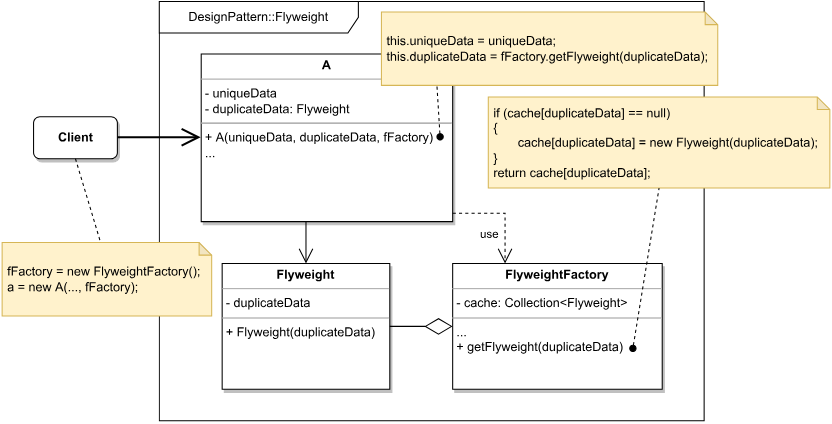
safar-jn/design-patterns keeps this draw.io diagram as Flyweight/Flyweight.svg. Above is the earlier version. Source tidied: cells renumbered, new cells last; positions are measured from the earlier drawing's top-left corner, leaving out a move shared by most shapes. The source it was exported from:
```xml
<mxGraphModel>
  <root>
    <mxCell id="0" />
    <mxCell id="1" parent="0" />
    <mxCell id="2" value="DesignPattern::Flyweight" style="shape=umlFrame;whiteSpace=wrap;html=1;width=190;height=30;" parent="1" vertex="1">
      <mxGeometry x="150" width="520" height="400" as="geometry" />
    </mxCell>
    <mxCell id="3" value="&lt;p style=&quot;margin:0px;margin-top:4px;text-align:center;&quot;&gt;&lt;b&gt;A&lt;/b&gt;&lt;/p&gt;&lt;hr size=&quot;1&quot;&gt;&lt;p style=&quot;margin: 0px 0px 0px 4px;&quot;&gt;- uniqueData&lt;/p&gt;&lt;p style=&quot;margin: 0px 0px 0px 4px;&quot;&gt;- duplicateData: Flyweight&lt;/p&gt;&lt;hr size=&quot;1&quot;&gt;&lt;p style=&quot;margin: 0px 0px 0px 4px;&quot;&gt;+ A(uniqueData, duplicateData, fFactory)&lt;/p&gt;&lt;p style=&quot;margin: 0px 0px 0px 4px;&quot;&gt;...&lt;/p&gt;" style="verticalAlign=top;align=left;overflow=fill;fontSize=12;fontFamily=Helvetica;html=1;glass=0;rounded=0;sketch=0;shadow=1;" parent="1" vertex="1">
      <mxGeometry x="190" y="50" width="240" height="160" as="geometry" />
    </mxCell>
    <mxCell id="4" style="edgeStyle=orthogonalEdgeStyle;curved=1;rounded=0;jettySize=auto;html=1;exitX=1;exitY=0.5;exitDx=0;exitDy=0;entryX=0;entryY=0.5;entryDx=0;entryDy=0;fontSize=12;endArrow=open;startSize=14;endSize=14;shadow=0;sketch=0;strokeWidth=2;" parent="1" edge="1" source="5" target="3">
      <mxGeometry relative="1" as="geometry" />
    </mxCell>
    <mxCell id="5" value="&lt;b&gt;Client&lt;/b&gt;" style="html=1;rounded=1;shadow=1;" parent="1" vertex="1">
      <mxGeometry x="30" y="110" width="80" height="40" as="geometry" />
    </mxCell>
    <mxCell id="6" value="&lt;p style=&quot;margin:0px;margin-top:4px;text-align:center;&quot;&gt;&lt;b&gt;Flyweight&lt;/b&gt;&lt;/p&gt;&lt;hr size=&quot;1&quot;&gt;&lt;p style=&quot;margin: 0px 0px 0px 4px;&quot;&gt;&lt;span style=&quot;background-color: initial;&quot;&gt;- duplicateData&lt;/span&gt;&lt;br&gt;&lt;/p&gt;&lt;hr size=&quot;1&quot;&gt;&lt;p style=&quot;margin: 0px 0px 0px 4px;&quot;&gt;+ Flyweight(duplicateData)&lt;/p&gt;&lt;p style=&quot;margin: 0px 0px 0px 4px;&quot;&gt;&lt;br&gt;&lt;/p&gt;" style="verticalAlign=top;align=left;overflow=fill;fontSize=12;fontFamily=Helvetica;html=1;glass=0;rounded=0;sketch=0;shadow=1;" parent="1" vertex="1">
      <mxGeometry x="210" y="250" width="160" height="120" as="geometry" />
    </mxCell>
    <mxCell id="7" value="&lt;p style=&quot;margin:0px;margin-top:4px;text-align:center;&quot;&gt;&lt;b&gt;FlyweightFactory&lt;/b&gt;&lt;/p&gt;&lt;hr size=&quot;1&quot;&gt;&lt;p style=&quot;margin: 0px 0px 0px 4px;&quot;&gt;&lt;span style=&quot;background-color: initial;&quot;&gt;- cache: Collection&amp;lt;Flyweight&amp;gt;&lt;/span&gt;&lt;br&gt;&lt;/p&gt;&lt;hr size=&quot;1&quot;&gt;&lt;p style=&quot;margin: 0px 0px 0px 4px;&quot;&gt;...&lt;/p&gt;&lt;p style=&quot;margin: 0px 0px 0px 4px;&quot;&gt;+ getFlyweight(duplicateData)&lt;/p&gt;&lt;p style=&quot;margin: 0px 0px 0px 4px;&quot;&gt;&lt;br&gt;&lt;/p&gt;" style="verticalAlign=top;align=left;overflow=fill;fontSize=12;fontFamily=Helvetica;html=1;glass=0;rounded=0;sketch=0;shadow=1;" parent="1" vertex="1">
      <mxGeometry x="430" y="250" width="200" height="120" as="geometry" />
    </mxCell>
    <mxCell id="8" style="endArrow=diamondThin;endFill=0;endSize=24;html=1;rounded=0;entryX=0;entryY=0.5;entryDx=0;entryDy=0;exitX=1;exitY=0.5;exitDx=0;exitDy=0;" parent="1" edge="1" source="6" target="7">
      <mxGeometry relative="1" as="geometry" />
    </mxCell>
    <mxCell id="9" value="use" style="endArrow=open;endSize=12;dashed=1;html=1;rounded=0;exitX=1;exitY=0.95;exitDx=0;exitDy=0;entryX=0.25;entryY=0;entryDx=0;entryDy=0;exitPerimeter=0;" parent="1" edge="1" source="3" target="7">
      <mxGeometry x="-0.29" y="-20" relative="1" as="geometry">
        <Array as="points">
          <mxPoint x="480" y="202" />
        </Array>
      </mxGeometry>
    </mxCell>
    <mxCell id="10" style="endArrow=open;endSize=12;html=1;rounded=0;entryX=0.5;entryY=0;entryDx=0;entryDy=0;" parent="1" edge="1" target="6">
      <mxGeometry y="10" relative="1" as="geometry">
        <mxPoint x="290" y="210" as="sourcePoint" />
      </mxGeometry>
    </mxCell>
    <mxCell id="11" value="&amp;nbsp;this.uniqueData = uniqueData;&lt;br&gt;&amp;nbsp;this.duplicateData = fFactory.getFlyweight(duplicateData);" style="shape=note;whiteSpace=wrap;html=1;backgroundOutline=1;darkOpacity=0.05;rounded=0;fillColor=#fff2cc;strokeColor=#d6b656;size=12;align=left;" parent="1" vertex="1">
      <mxGeometry x="362" y="10" width="321" height="70" as="geometry" />
    </mxCell>
    <mxCell id="12" style="endArrow=none;dashed=1;html=1;rounded=0;startArrow=oval;startFill=1;entryX=0.165;entryY=1;entryDx=0;entryDy=0;entryPerimeter=0;exitX=0.95;exitY=0.494;exitDx=0;exitDy=0;exitPerimeter=0;" parent="1" edge="1" source="3" target="11">
      <mxGeometry relative="1" as="geometry" />
    </mxCell>
    <mxCell id="13" value="&amp;nbsp;if (cache[duplicateData] == null)&lt;br&gt;&amp;nbsp;{&lt;br&gt;&lt;span style=&quot;white-space: pre;&quot;&gt;&#9;&lt;/span&gt;cache[duplicateData] = new Flyweight(duplicateData);&lt;br&gt;&amp;nbsp;}&lt;br&gt;&amp;nbsp;return cache[duplicateData];" style="shape=note;whiteSpace=wrap;html=1;backgroundOutline=1;darkOpacity=0.05;rounded=0;fillColor=#fff2cc;strokeColor=#d6b656;size=12;align=left;" parent="1" vertex="1">
      <mxGeometry x="464" y="91" width="326" height="87" as="geometry" />
    </mxCell>
    <mxCell id="14" style="endArrow=none;dashed=1;html=1;rounded=0;startArrow=oval;startFill=1;entryX=0.5;entryY=1;entryDx=0;entryDy=0;entryPerimeter=0;exitX=0.86;exitY=0.675;exitDx=0;exitDy=0;exitPerimeter=0;" parent="1" edge="1" source="7" target="13">
      <mxGeometry relative="1" as="geometry" />
    </mxCell>
    <mxCell id="15" value="&amp;nbsp;fFactory = new FlyweightFactory();&lt;br&gt;&amp;nbsp;a = new A(..., fFactory);" style="shape=note;whiteSpace=wrap;html=1;backgroundOutline=1;darkOpacity=0.05;rounded=0;fillColor=#fff2cc;strokeColor=#d6b656;size=12;align=left;" parent="1" vertex="1">
      <mxGeometry y="230" width="200" height="70" as="geometry" />
    </mxCell>
    <mxCell id="16" style="endArrow=none;dashed=1;html=1;rounded=0;startArrow=none;startFill=0;entryX=0;entryY=0;entryDx=94;entryDy=0;entryPerimeter=0;exitX=0.5;exitY=1;exitDx=0;exitDy=0;" parent="1" edge="1" source="5" target="15">
      <mxGeometry relative="1" as="geometry" />
    </mxCell>
  </root>
</mxGraphModel>
```
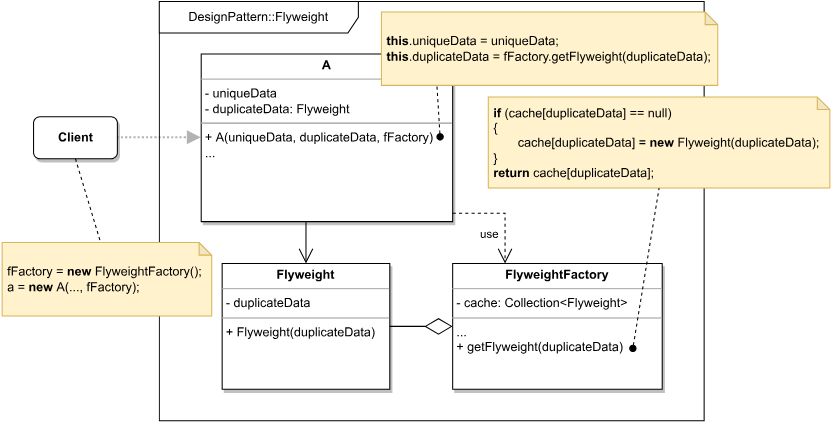
Above is the later version.

Diff of the diagram source:
```diff
@@ -2,15 +2,15 @@
   <root>
     <mxCell id="0" />
     <mxCell id="1" parent="0" />
+    <mxCell id="4" style="edgeStyle=orthogonalEdgeStyle;curved=1;rounded=0;jettySize=auto;html=1;exitX=1;exitY=0.5;exitDx=0;exitDy=0;entryX=0;entryY=0.5;entryDx=0;entryDy=0;fontSize=12;endArrow=block;startSize=14;endSize=8;shadow=0;sketch=0;strokeWidth=2;strokeColor=#B3B3B3;endFill=1;dashed=1;dashPattern=1 1;" parent="1" edge="1" source="5" target="3">
+      <mxGeometry relative="1" as="geometry" />
+    </mxCell>
     <mxCell id="2" value="DesignPattern::Flyweight" style="shape=umlFrame;whiteSpace=wrap;html=1;width=190;height=30;" parent="1" vertex="1">
       <mxGeometry x="150" width="520" height="400" as="geometry" />
     </mxCell>
     <mxCell id="3" value="&lt;p style=&quot;margin:0px;margin-top:4px;text-align:center;&quot;&gt;&lt;b&gt;A&lt;/b&gt;&lt;/p&gt;&lt;hr size=&quot;1&quot;&gt;&lt;p style=&quot;margin: 0px 0px 0px 4px;&quot;&gt;- uniqueData&lt;/p&gt;&lt;p style=&quot;margin: 0px 0px 0px 4px;&quot;&gt;- duplicateData: Flyweight&lt;/p&gt;&lt;hr size=&quot;1&quot;&gt;&lt;p style=&quot;margin: 0px 0px 0px 4px;&quot;&gt;+ A(uniqueData, duplicateData, fFactory)&lt;/p&gt;&lt;p style=&quot;margin: 0px 0px 0px 4px;&quot;&gt;...&lt;/p&gt;" style="verticalAlign=top;align=left;overflow=fill;fontSize=12;fontFamily=Helvetica;html=1;glass=0;rounded=0;sketch=0;shadow=1;" parent="1" vertex="1">
       <mxGeometry x="190" y="50" width="240" height="160" as="geometry" />
     </mxCell>
-    <mxCell id="4" style="edgeStyle=orthogonalEdgeStyle;curved=1;rounded=0;jettySize=auto;html=1;exitX=1;exitY=0.5;exitDx=0;exitDy=0;entryX=0;entryY=0.5;entryDx=0;entryDy=0;fontSize=12;endArrow=open;startSize=14;endSize=14;shadow=0;sketch=0;strokeWidth=2;" parent="1" edge="1" source="5" target="3">
-      <mxGeometry relative="1" as="geometry" />
-    </mxCell>
     <mxCell id="5" value="&lt;b&gt;Client&lt;/b&gt;" style="html=1;rounded=1;shadow=1;" parent="1" vertex="1">
       <mxGeometry x="30" y="110" width="80" height="40" as="geometry" />
     </mxCell>
@@ -30,24 +30,24 @@
         </Array>
       </mxGeometry>
     </mxCell>
-    <mxCell id="10" style="endArrow=open;endSize=12;html=1;rounded=0;entryX=0.5;entryY=0;entryDx=0;entryDy=0;" parent="1" edge="1" target="6">
-      <mxGeometry y="10" relative="1" as="geometry">
-        <mxPoint x="290" y="210" as="sourcePoint" />
-      </mxGeometry>
-    </mxCell>
-    <mxCell id="11" value="&amp;nbsp;this.uniqueData = uniqueData;&lt;br&gt;&amp;nbsp;this.duplicateData = fFactory.getFlyweight(duplicateData);" style="shape=note;whiteSpace=wrap;html=1;backgroundOutline=1;darkOpacity=0.05;rounded=0;fillColor=#fff2cc;strokeColor=#d6b656;size=12;align=left;" parent="1" vertex="1">
-      <mxGeometry x="362" y="10" width="321" height="70" as="geometry" />
-    </mxCell>
-    <mxCell id="12" style="endArrow=none;dashed=1;html=1;rounded=0;startArrow=oval;startFill=1;entryX=0.165;entryY=1;entryDx=0;entryDy=0;entryPerimeter=0;exitX=0.95;exitY=0.494;exitDx=0;exitDy=0;exitPerimeter=0;" parent="1" edge="1" source="3" target="11">
-      <mxGeometry relative="1" as="geometry" />
-    </mxCell>
+    <mxCell id="17" style="endArrow=open;endSize=12;html=1;rounded=0;entryX=0.5;entryY=0;entryDx=0;entryDy=0;" parent="1" edge="1" target="6">
+      <mxGeometry y="10" relative="1" as="geometry">
+        <mxPoint x="290" y="210" as="sourcePoint" />
+      </mxGeometry>
+    </mxCell>
+    <mxCell id="18" value="&amp;nbsp;&lt;b&gt;this&lt;/b&gt;.uniqueData = uniqueData;&lt;br&gt;&amp;nbsp;&lt;b&gt;this&lt;/b&gt;.duplicateData = fFactory.getFlyweight(duplicateData);" style="shape=note;whiteSpace=wrap;html=1;backgroundOutline=1;darkOpacity=0.05;rounded=0;fillColor=#fff2cc;strokeColor=#d6b656;size=12;align=left;" parent="1" vertex="1">
+      <mxGeometry x="362" y="10" width="321" height="70" as="geometry" />
+    </mxCell>
+    <mxCell id="19" style="endArrow=none;dashed=1;html=1;rounded=0;startArrow=oval;startFill=1;entryX=0.165;entryY=1;entryDx=0;entryDy=0;entryPerimeter=0;exitX=0.95;exitY=0.494;exitDx=0;exitDy=0;exitPerimeter=0;" parent="1" edge="1" source="3" target="18">
+      <mxGeometry relative="1" as="geometry" />
+    </mxCell>
-    <mxCell id="13" value="&amp;nbsp;if (cache[duplicateData] == null)&lt;br&gt;&amp;nbsp;{&lt;br&gt;&lt;span style=&quot;white-space: pre;&quot;&gt;&#9;&lt;/span&gt;cache[duplicateData] = new Flyweight(duplicateData);&lt;br&gt;&amp;nbsp;}&lt;br&gt;&amp;nbsp;return cache[duplicateData];" style="shape=note;whiteSpace=wrap;html=1;backgroundOutline=1;darkOpacity=0.05;rounded=0;fillColor=#fff2cc;strokeColor=#d6b656;size=12;align=left;" parent="1" vertex="1">
+    <mxCell id="13" value="&amp;nbsp;&lt;b&gt;if &lt;/b&gt;(cache[duplicateData] == null)&lt;br&gt;&amp;nbsp;{&lt;br&gt;&lt;span style=&quot;white-space: pre;&quot;&gt;&#9;&lt;/span&gt;cache[duplicateData] = &lt;b&gt;new &lt;/b&gt;Flyweight(duplicateData);&lt;br&gt;&amp;nbsp;}&lt;br&gt;&amp;nbsp;&lt;b&gt;return &lt;/b&gt;cache[duplicateData];" style="shape=note;whiteSpace=wrap;html=1;backgroundOutline=1;darkOpacity=0.05;rounded=0;fillColor=#fff2cc;strokeColor=#d6b656;size=12;align=left;" parent="1" vertex="1">
       <mxGeometry x="464" y="91" width="326" height="87" as="geometry" />
     </mxCell>
     <mxCell id="14" style="endArrow=none;dashed=1;html=1;rounded=0;startArrow=oval;startFill=1;entryX=0.5;entryY=1;entryDx=0;entryDy=0;entryPerimeter=0;exitX=0.86;exitY=0.675;exitDx=0;exitDy=0;exitPerimeter=0;" parent="1" edge="1" source="7" target="13">
       <mxGeometry relative="1" as="geometry" />
     </mxCell>
-    <mxCell id="15" value="&amp;nbsp;fFactory = new FlyweightFactory();&lt;br&gt;&amp;nbsp;a = new A(..., fFactory);" style="shape=note;whiteSpace=wrap;html=1;backgroundOutline=1;darkOpacity=0.05;rounded=0;fillColor=#fff2cc;strokeColor=#d6b656;size=12;align=left;" parent="1" vertex="1">
+    <mxCell id="15" value="&amp;nbsp;fFactory = &lt;b&gt;new &lt;/b&gt;FlyweightFactory();&lt;br&gt;&amp;nbsp;a = &lt;b&gt;new &lt;/b&gt;A(..., fFactory);" style="shape=note;whiteSpace=wrap;html=1;backgroundOutline=1;darkOpacity=0.05;rounded=0;fillColor=#fff2cc;strokeColor=#d6b656;size=12;align=left;" parent="1" vertex="1">
       <mxGeometry y="230" width="200" height="70" as="geometry" />
     </mxCell>
     <mxCell id="16" style="endArrow=none;dashed=1;html=1;rounded=0;startArrow=none;startFill=0;entryX=0;entryY=0;entryDx=94;entryDy=0;entryPerimeter=0;exitX=0.5;exitY=1;exitDx=0;exitDy=0;" parent="1" edge="1" source="5" target="15">
```
